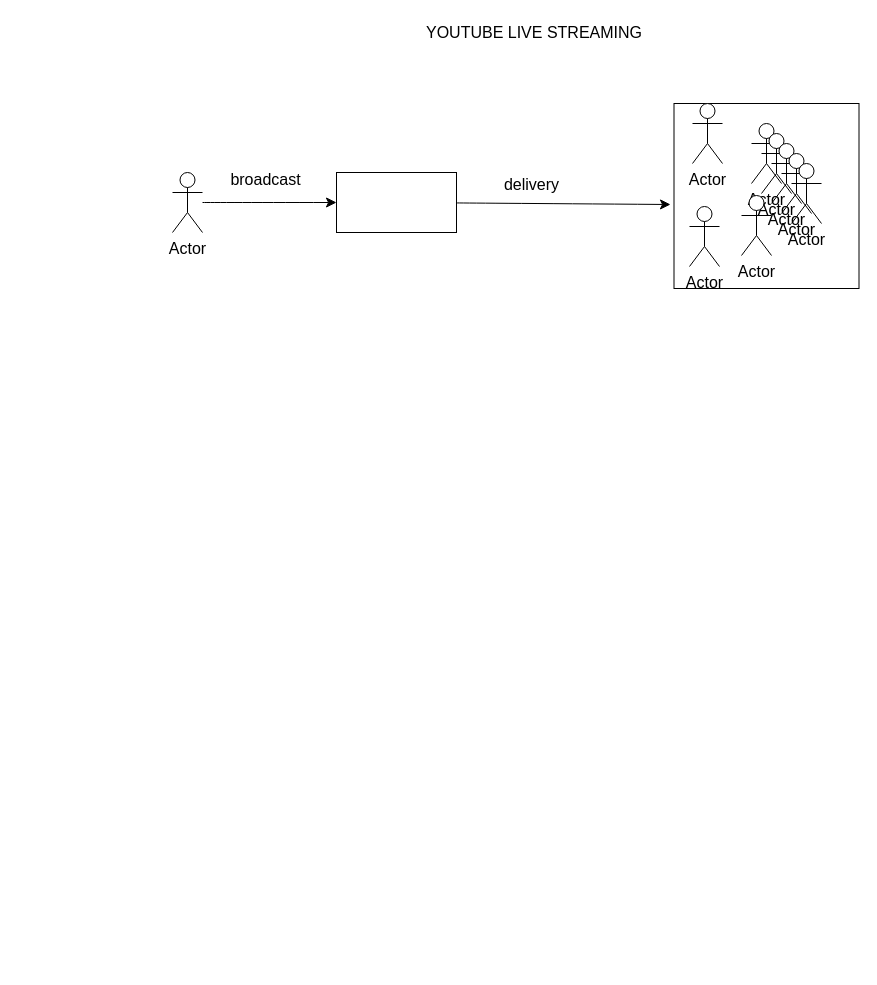
Intina47/sys-D keeps this draw.io diagram as page "Page-2" (2 of 3) of Untitled Diagram.drawio. Above is the earlier version. Source tidied: cells renumbered, new cells numbered last; positions are measured from the earlier drawing's top-left corner, leaving out a move shared by most shapes. Both pictures are drawn from the tidied source at 100%, with x=0, y=0 at pixel (172, 17).
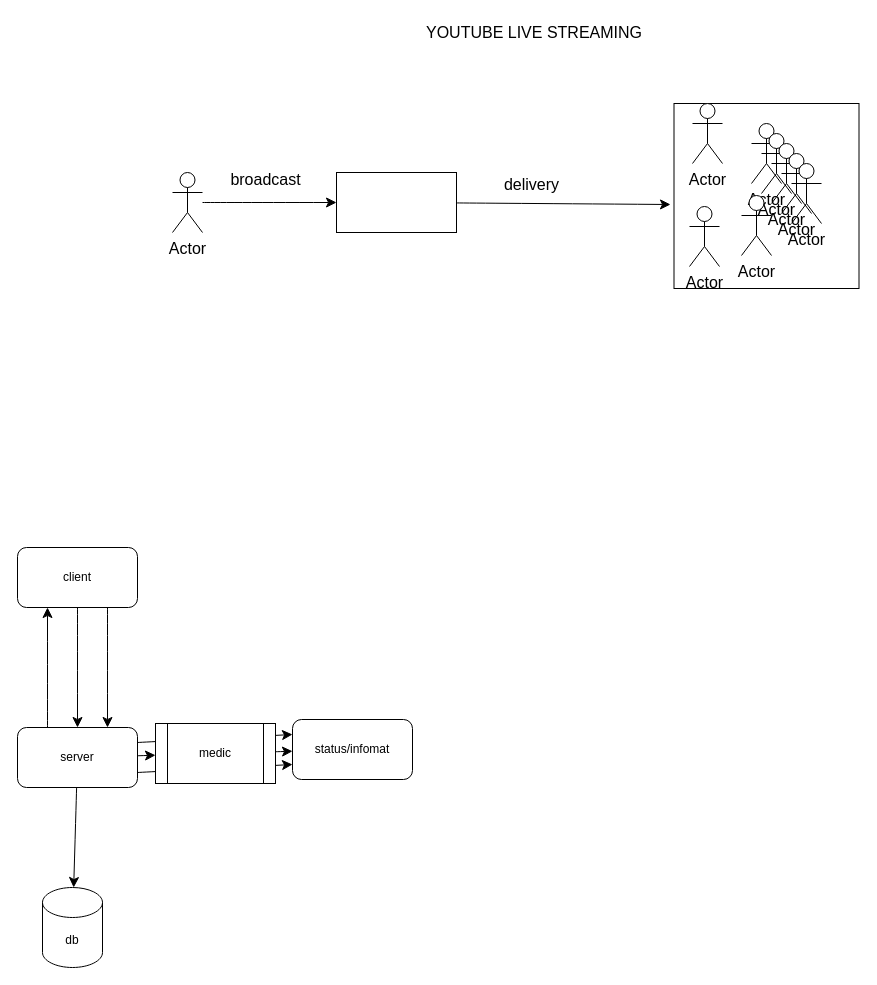
The same page after the edit.

The edit, as a diff of the source:
```diff
@@
+    <mxCell id="18" style="edgeStyle=none;curved=1;rounded=0;jettySize=auto;html=1;fontSize=12;startSize=8;endSize=8;" parent="1" edge="1" source="20" target="26">
+      <mxGeometry relative="1" as="geometry" />
+    </mxCell>
+    <mxCell id="19" style="edgeStyle=none;curved=1;rounded=0;jettySize=auto;html=1;exitX=0.75;exitY=1;exitDx=0;exitDy=0;entryX=0.75;entryY=0;entryDx=0;entryDy=0;fontSize=12;startSize=8;endSize=8;" parent="1" edge="1" source="20" target="26">
+      <mxGeometry relative="1" as="geometry" />
+    </mxCell>
+    <mxCell id="20" value="client" style="rounded=1;whiteSpace=wrap;html=1;" parent="1" vertex="1">
+      <mxGeometry x="-155" y="530" width="120" height="60" as="geometry" />
+    </mxCell>
+    <mxCell id="21" style="edgeStyle=none;curved=1;rounded=0;jettySize=auto;html=1;fontSize=12;startSize=8;endSize=8;" parent="1" edge="1" source="30" target="27">
+      <mxGeometry relative="1" as="geometry" />
+    </mxCell>
+    <mxCell id="22" style="edgeStyle=none;curved=1;rounded=0;jettySize=auto;html=1;exitX=1;exitY=0.75;exitDx=0;exitDy=0;entryX=0;entryY=0.75;entryDx=0;entryDy=0;fontSize=12;startSize=8;endSize=8;" parent="1" edge="1" source="26" target="27">
+      <mxGeometry relative="1" as="geometry" />
+    </mxCell>
+    <mxCell id="23" style="edgeStyle=none;curved=1;rounded=0;jettySize=auto;html=1;fontSize=12;startSize=8;endSize=8;" parent="1" edge="1" source="26" target="28">
+      <mxGeometry relative="1" as="geometry" />
+    </mxCell>
+    <mxCell id="24" style="edgeStyle=none;curved=1;rounded=0;jettySize=auto;html=1;exitX=0.25;exitY=0;exitDx=0;exitDy=0;entryX=0.25;entryY=1;entryDx=0;entryDy=0;fontSize=12;startSize=8;endSize=8;" parent="1" edge="1" source="26" target="20">
+      <mxGeometry relative="1" as="geometry" />
+    </mxCell>
+    <mxCell id="25" style="edgeStyle=none;curved=1;rounded=0;jettySize=auto;html=1;exitX=1;exitY=0.25;exitDx=0;exitDy=0;entryX=0;entryY=0.25;entryDx=0;entryDy=0;fontSize=12;startSize=8;endSize=8;" parent="1" edge="1" source="26" target="27">
+      <mxGeometry relative="1" as="geometry" />
+    </mxCell>
+    <mxCell id="26" value="server" style="whiteSpace=wrap;html=1;rounded=1;" parent="1" vertex="1">
+      <mxGeometry x="-155" y="710" width="120" height="60" as="geometry" />
+    </mxCell>
+    <mxCell id="27" value="status/infomat" style="whiteSpace=wrap;html=1;rounded=1;" parent="1" vertex="1">
+      <mxGeometry x="120" y="702" width="120" height="60" as="geometry" />
+    </mxCell>
+    <mxCell id="28" value="db" style="shape=cylinder3;whiteSpace=wrap;html=1;boundedLbl=1;backgroundOutline=1;size=15;" parent="1" vertex="1">
+      <mxGeometry x="-130" y="870" width="60" height="80" as="geometry" />
+    </mxCell>
+    <mxCell id="29" style="edgeStyle=none;curved=1;rounded=0;jettySize=auto;html=1;fontSize=12;startSize=8;endSize=8;" parent="1" edge="1" source="26" target="30">
+      <mxGeometry relative="1" as="geometry" />
+    </mxCell>
+    <mxCell id="30" value="medic" style="shape=process;whiteSpace=wrap;html=1;backgroundOutline=1;" parent="1" vertex="1">
+      <mxGeometry x="-17" y="706" width="120" height="60" as="geometry" />
+    </mxCell>
```
